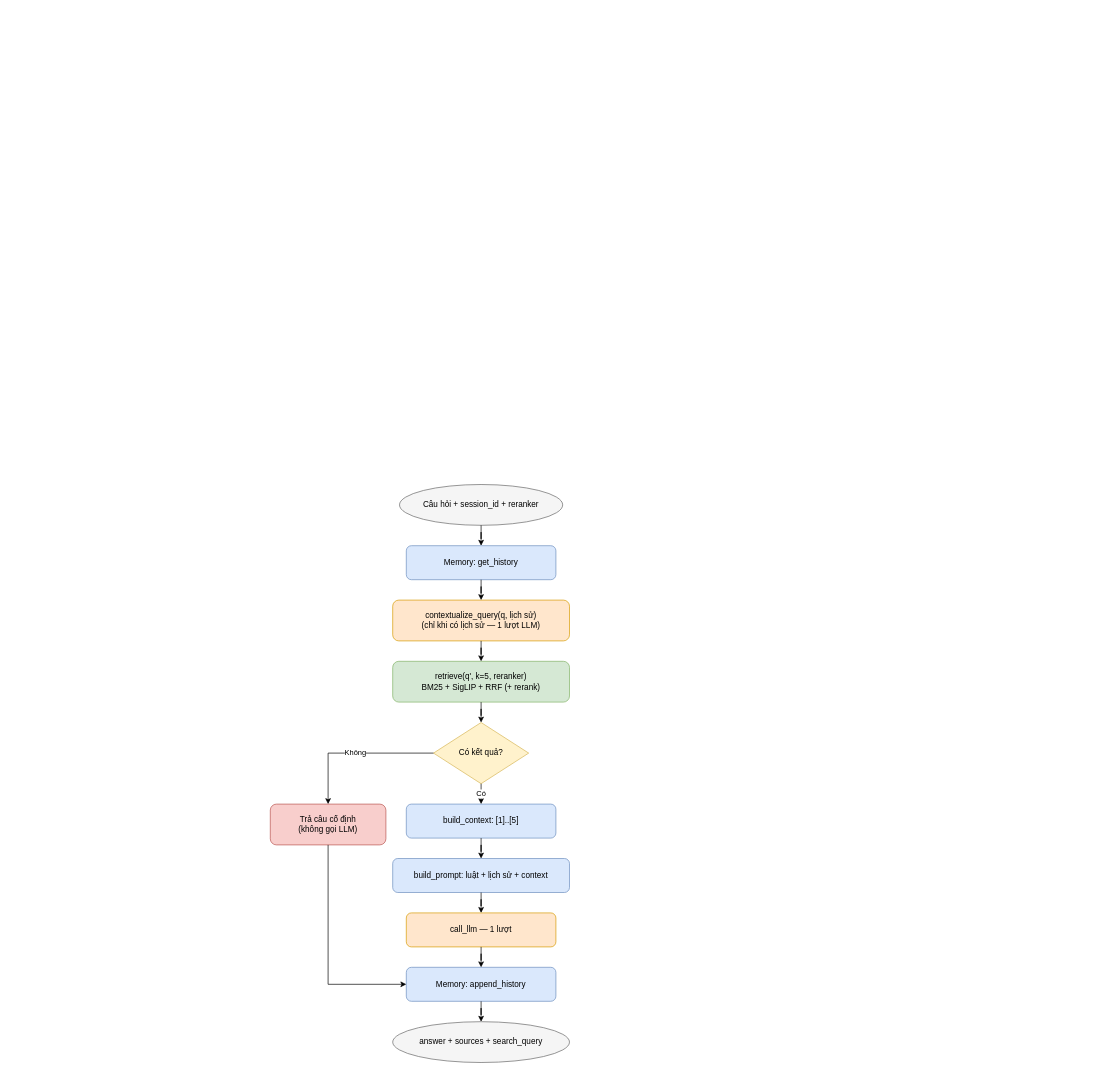
Earlier version of the draw.io diagram page "3. Naive RAG — luồng hiện tại" (3 of 7) of docs/diagrams/BAO_CAO_A3_diagrams.drawio (ThanhTrung2001/RAG_Project). Source tidied: cells renumbered, new cells numbered last; positions are measured from the earlier drawing's top-left corner, leaving out a move shared by most shapes. Both pictures are drawn from the tidied source at 68%, with x=0, y=0 at pixel (270, 484).
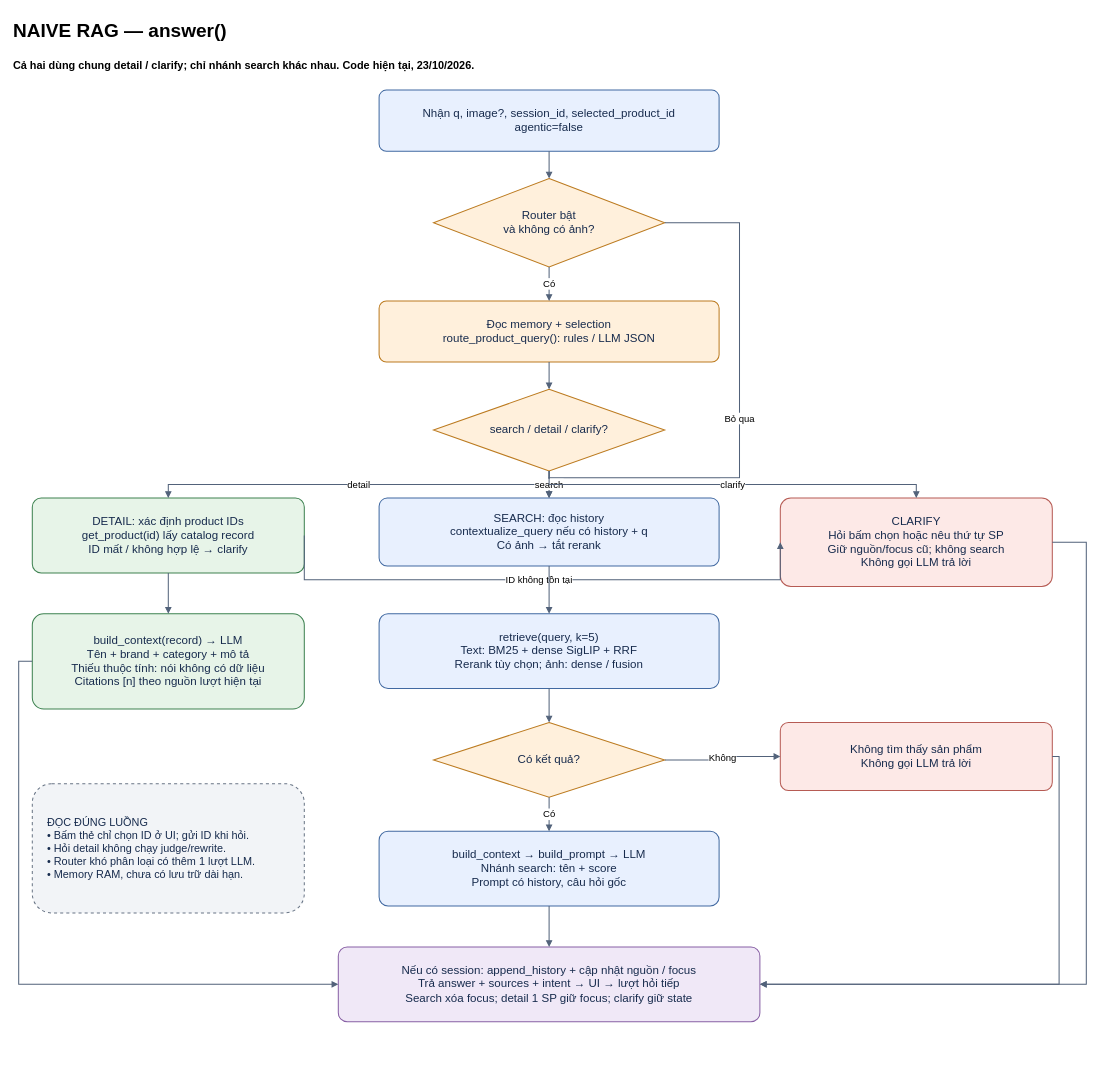
After the change.

Commit message (it also covers changes not shown here):
feat: memory and search with detail update

The edit, as a diff of the source:
```diff
@@
-    <mxCell id="2" value="Câu hỏi + session_id + reranker" style="ellipse;whiteSpace=wrap;html=1;fillColor=#f5f5f5;strokeColor=#666666;" parent="1" vertex="1">
-      <mxGeometry x="190" width="240" height="60" as="geometry" />
-    </mxCell>
-    <mxCell id="3" value="Memory: get_history" style="rounded=1;whiteSpace=wrap;html=1;fillColor=#dae8fc;strokeColor=#6c8ebf;" parent="1" vertex="1">
-      <mxGeometry x="200" y="90" width="220" height="50" as="geometry" />
-    </mxCell>
-    <mxCell id="4" value="contextualize_query(q, lịch sử)&lt;br&gt;(chỉ khi có lịch sử — 1 lượt LLM)" style="rounded=1;whiteSpace=wrap;html=1;fillColor=#ffe6cc;strokeColor=#d79b00;" parent="1" vertex="1">
-      <mxGeometry x="180" y="170" width="260" height="60" as="geometry" />
-    </mxCell>
-    <mxCell id="5" value="retrieve(q', k=5, reranker)&lt;br&gt;BM25 + SigLIP + RRF (+ rerank)" style="rounded=1;whiteSpace=wrap;html=1;fillColor=#d5e8d4;strokeColor=#82b366;" parent="1" vertex="1">
-      <mxGeometry x="180" y="260" width="260" height="60" as="geometry" />
-    </mxCell>
+    <mxCell id="24" value="NAIVE RAG — answer()" style="text;html=1;whiteSpace=wrap;fontFamily=Arial;fontSize=28;fontStyle=1;align=left;verticalAlign=middle;strokeColor=none;fillColor=none;" parent="1" vertex="1">
+      <mxGeometry x="-380" y="-695" width="1580" height="55" as="geometry" />
+    </mxCell>
+    <mxCell id="25" value="Cả hai dùng chung detail / clarify; chỉ nhánh search khác nhau. Code hiện tại, 23/10/2026." style="text;html=1;whiteSpace=wrap;fontFamily=Arial;fontSize=16;fontStyle=1;align=left;verticalAlign=middle;strokeColor=none;fillColor=none;" parent="1" vertex="1">
+      <mxGeometry x="-380" y="-640" width="1580" height="45" as="geometry" />
+    </mxCell>
+    <mxCell id="26" value="Nhận q, image?, session_id, selected_product_id&lt;br&gt;agentic=false" style="rounded=1;arcSize=12;whiteSpace=wrap;html=1;fontFamily=Arial;fontSize=17;fontColor=#172b4d;fillColor=#e8f0fe;strokeColor=#4169a1;strokeWidth=1.5;spacing=8;" parent="1" vertex="1">
+      <mxGeometry x="160" y="-580" width="500" height="90" as="geometry" />
+    </mxCell>
+    <mxCell id="27" value="Router bật&lt;br&gt;và không có ảnh?" style="rhombus;whiteSpace=wrap;html=1;fontFamily=Arial;fontSize=17;fontColor=#172b4d;fillColor=#fff0dc;strokeColor=#bc7b20;strokeWidth=1.5;spacing=8;" parent="1" vertex="1">
+      <mxGeometry x="240" y="-450" width="340" height="130" as="geometry" />
+    </mxCell>
+    <mxCell id="28" value="Đọc memory + selection&lt;br&gt;route_product_query(): rules / LLM JSON" style="rounded=1;arcSize=12;whiteSpace=wrap;html=1;fontFamily=Arial;fontSize=17;fontColor=#172b4d;fillColor=#fff0dc;strokeColor=#bc7b20;strokeWidth=1.5;spacing=8;" parent="1" vertex="1">
+      <mxGeometry x="160" y="-270" width="500" height="90" as="geometry" />
+    </mxCell>
+    <mxCell id="29" value="search / detail / clarify?" style="rhombus;whiteSpace=wrap;html=1;fontFamily=Arial;fontSize=17;fontColor=#172b4d;fillColor=#fff0dc;strokeColor=#bc7b20;strokeWidth=1.5;spacing=8;" parent="1" vertex="1">
+      <mxGeometry x="240" y="-140" width="340" height="120" as="geometry" />
+    </mxCell>
+    <mxCell id="30" value="DETAIL: xác định product IDs&lt;br&gt;get_product(id) lấy catalog record&lt;br&gt;ID mất / không hợp lệ → clarify" style="rounded=1;arcSize=12;whiteSpace=wrap;html=1;fontFamily=Arial;fontSize=17;fontColor=#172b4d;fillColor=#e7f4e8;strokeColor=#3e8251;strokeWidth=1.5;spacing=8;" parent="1" vertex="1">
+      <mxGeometry x="-350" y="20" width="400" height="110" as="geometry" />
+    </mxCell>
+    <mxCell id="31" value="build_context(record) → LLM&lt;br&gt;Tên + brand + category + mô tả&lt;br&gt;Thiếu thuộc tính: nói không có dữ liệu&lt;br&gt;Citations [n] theo nguồn lượt hiện tại" style="rounded=1;arcSize=12;whiteSpace=wrap;html=1;fontFamily=Arial;fontSize=17;fontColor=#172b4d;fillColor=#e7f4e8;strokeColor=#3e8251;strokeWidth=1.5;spacing=8;" parent="1" vertex="1">
+      <mxGeometry x="-350" y="190" width="400" height="140" as="geometry" />
+    </mxCell>
+    <mxCell id="32" value="CLARIFY&lt;br&gt;Hỏi bấm chọn hoặc nêu thứ tự SP&lt;br&gt;Giữ nguồn/focus cũ; không search&lt;br&gt;Không gọi LLM trả lời" style="rounded=1;arcSize=12;whiteSpace=wrap;html=1;fontFamily=Arial;fontSize=17;fontColor=#172b4d;fillColor=#fde9e7;strokeColor=#b65b54;strokeWidth=1.5;spacing=8;" parent="1" vertex="1">
+      <mxGeometry x="750" y="20" width="400" height="130" as="geometry" />
+    </mxCell>
+    <mxCell id="33" value="SEARCH: đọc history&lt;br&gt;contextualize_query nếu có history + q&lt;br&gt;Có ảnh → tắt rerank" style="rounded=1;arcSize=12;whiteSpace=wrap;html=1;fontFamily=Arial;fontSize=17;fontColor=#172b4d;fillColor=#e8f0fe;strokeColor=#4169a1;strokeWidth=1.5;spacing=8;" parent="1" vertex="1">
+      <mxGeometry x="160" y="20" width="500" height="100" as="geometry" />
+    </mxCell>
+    <mxCell id="34" value="retrieve(query, k=5)&lt;br&gt;Text: BM25 + dense SigLIP + RRF&lt;br&gt;Rerank tùy chọn; ảnh: dense / fusion" style="rounded=1;arcSize=12;whiteSpace=wrap;html=1;fontFamily=Arial;fontSize=17;fontColor=#172b4d;fillColor=#e8f0fe;strokeColor=#4169a1;strokeWidth=1.5;spacing=8;" parent="1" vertex="1">
+      <mxGeometry x="160" y="190" width="500" height="110" as="geometry" />
+    </mxCell>
+    <mxCell id="35" style="edgeStyle=orthogonalEdgeStyle;rounded=0;html=1;endArrow=block;endFill=1;strokeColor=#52627a;strokeWidth=1.5;fontFamily=Arial;fontSize=14;labelBackgroundColor=#ffffff;exitX=0.5;exitY=1;entryX=0.5;entryY=0;" parent="1" edge="1" source="26" target="27">
+      <mxGeometry relative="1" as="geometry" />
+    </mxCell>
+    <mxCell id="36" value="Có" style="edgeStyle=orthogonalEdgeStyle;rounded=0;html=1;endArrow=block;endFill=1;strokeColor=#52627a;strokeWidth=1.5;fontFamily=Arial;fontSize=14;labelBackgroundColor=#ffffff;exitX=0.5;exitY=1;entryX=0.5;entryY=0;" parent="1" edge="1" source="27" target="28">
+      <mxGeometry relative="1" as="geometry" />
+    </mxCell>
+    <mxCell id="37" value="Bỏ qua" style="edgeStyle=orthogonalEdgeStyle;rounded=0;html=1;endArrow=block;endFill=1;strokeColor=#52627a;strokeWidth=1.5;fontFamily=Arial;fontSize=14;labelBackgroundColor=#ffffff;exitX=1;exitY=0.5;entryX=0.5;entryY=0;" parent="1" edge="1" source="27" target="33">
+      <mxGeometry relative="1" as="geometry">
+        <Array as="points">
+          <mxPoint x="690" y="-385" />
+          <mxPoint x="690" y="-10" />
+          <mxPoint x="410" y="-10" />
+        </Array>
+      </mxGeometry>
+    </mxCell>
+    <mxCell id="38" style="edgeStyle=orthogonalEdgeStyle;rounded=0;html=1;endArrow=block;endFill=1;strokeColor=#52627a;strokeWidth=1.5;fontFamily=Arial;fontSize=14;labelBackgroundColor=#ffffff;exitX=0.5;exitY=1;entryX=0.5;entryY=0;" parent="1" edge="1" source="28" target="29">
+      <mxGeometry relative="1" as="geometry" />
+    </mxCell>
+    <mxCell id="39" value="detail" style="edgeStyle=orthogonalEdgeStyle;rounded=0;html=1;endArrow=block;endFill=1;strokeColor=#52627a;strokeWidth=1.5;fontFamily=Arial;fontSize=14;labelBackgroundColor=#ffffff;exitX=0.5;exitY=1;entryX=0.5;entryY=0;" parent="1" edge="1" source="29" target="30">
+      <mxGeometry relative="1" as="geometry" />
+    </mxCell>
+    <mxCell id="40" value="search" style="edgeStyle=orthogonalEdgeStyle;rounded=0;html=1;endArrow=block;endFill=1;strokeColor=#52627a;strokeWidth=1.5;fontFamily=Arial;fontSize=14;labelBackgroundColor=#ffffff;exitX=0.5;exitY=1;entryX=0.5;entryY=0;" parent="1" edge="1" source="29" target="33">
+      <mxGeometry relative="1" as="geometry" />
+    </mxCell>
+    <mxCell id="41" value="clarify" style="edgeStyle=orthogonalEdgeStyle;rounded=0;html=1;endArrow=block;endFill=1;strokeColor=#52627a;strokeWidth=1.5;fontFamily=Arial;fontSize=14;labelBackgroundColor=#ffffff;exitX=0.5;exitY=1;entryX=0.5;entryY=0;" parent="1" edge="1" source="29" target="32">
+      <mxGeometry relative="1" as="geometry" />
+    </mxCell>
+    <mxCell id="42" style="edgeStyle=orthogonalEdgeStyle;rounded=0;html=1;endArrow=block;endFill=1;strokeColor=#52627a;strokeWidth=1.5;fontFamily=Arial;fontSize=14;labelBackgroundColor=#ffffff;exitX=0.5;exitY=1;entryX=0.5;entryY=0;" parent="1" edge="1" source="30" target="31">
+      <mxGeometry relative="1" as="geometry" />
+    </mxCell>
+    <mxCell id="43" value="ID không tồn tại" style="edgeStyle=orthogonalEdgeStyle;rounded=0;html=1;endArrow=block;endFill=1;strokeColor=#52627a;strokeWidth=1.5;fontFamily=Arial;fontSize=14;labelBackgroundColor=#ffffff;exitX=1;exitY=0.5;entryX=0;entryY=0.5;" parent="1" edge="1" source="30" target="32">
+      <mxGeometry relative="1" as="geometry">
+        <Array as="points">
+          <mxPoint x="70" y="140" />
+          <mxPoint x="710" y="140" />
+        </Array>
+      </mxGeometry>
+    </mxCell>
+    <mxCell id="44" style="edgeStyle=orthogonalEdgeStyle;rounded=0;html=1;endArrow=block;endFill=1;strokeColor=#52627a;strokeWidth=1.5;fontFamily=Arial;fontSize=14;labelBackgroundColor=#ffffff;exitX=0.5;exitY=1;entryX=0.5;entryY=0;" parent="1" edge="1" source="33" target="34">
+      <mxGeometry relative="1" as="geometry" />
+    </mxCell>
-    <mxCell id="6" value="Có kết quả?" style="rhombus;whiteSpace=wrap;html=1;fillColor=#fff2cc;strokeColor=#d6b656;" parent="1" vertex="1">
-      <mxGeometry x="240" y="350" width="140" height="90" as="geometry" />
+    <mxCell id="6" value="Có kết quả?" style="rhombus;whiteSpace=wrap;html=1;fontFamily=Arial;fontSize=17;fontColor=#172b4d;fillColor=#fff0dc;strokeColor=#bc7b20;strokeWidth=1.5;spacing=8;" parent="1" vertex="1">
+      <mxGeometry x="240" y="350" width="340" height="110" as="geometry" />
     </mxCell>
-    <mxCell id="7" value="Trả câu cố định&lt;br&gt;(không gọi LLM)" style="rounded=1;whiteSpace=wrap;html=1;fillColor=#f8cecc;strokeColor=#b85450;" parent="1" vertex="1">
-      <mxGeometry y="470" width="170" height="60" as="geometry" />
-    </mxCell>
-    <mxCell id="8" value="build_context: [1]..[5]" style="rounded=1;whiteSpace=wrap;html=1;fillColor=#dae8fc;strokeColor=#6c8ebf;" parent="1" vertex="1">
-      <mxGeometry x="200" y="470" width="220" height="50" as="geometry" />
-    </mxCell>
-    <mxCell id="9" value="build_prompt: luật + lịch sử + context" style="rounded=1;whiteSpace=wrap;html=1;fillColor=#dae8fc;strokeColor=#6c8ebf;" parent="1" vertex="1">
-      <mxGeometry x="180" y="550" width="260" height="50" as="geometry" />
-    </mxCell>
-    <mxCell id="10" value="call_llm — 1 lượt" style="rounded=1;whiteSpace=wrap;html=1;fillColor=#ffe6cc;strokeColor=#d79b00;" parent="1" vertex="1">
-      <mxGeometry x="200" y="630" width="220" height="50" as="geometry" />
-    </mxCell>
-    <mxCell id="11" value="Memory: append_history" style="rounded=1;whiteSpace=wrap;html=1;fillColor=#dae8fc;strokeColor=#6c8ebf;" parent="1" vertex="1">
-      <mxGeometry x="200" y="710" width="220" height="50" as="geometry" />
-    </mxCell>
-    <mxCell id="12" value="answer + sources + search_query" style="ellipse;whiteSpace=wrap;html=1;fillColor=#f5f5f5;strokeColor=#666666;" parent="1" vertex="1">
-      <mxGeometry x="180" y="790" width="260" height="60" as="geometry" />
-    </mxCell>
-    <mxCell id="13" style="edgeStyle=orthogonalEdgeStyle;rounded=0;jettySize=auto;html=1;" parent="1" edge="1" source="2" target="3">
-      <mxGeometry relative="1" as="geometry" />
-    </mxCell>
-    <mxCell id="14" style="edgeStyle=orthogonalEdgeStyle;rounded=0;jettySize=auto;html=1;" parent="1" edge="1" source="3" target="4">
-      <mxGeometry relative="1" as="geometry" />
-    </mxCell>
-    <mxCell id="15" style="edgeStyle=orthogonalEdgeStyle;rounded=0;jettySize=auto;html=1;" parent="1" edge="1" source="4" target="5">
-      <mxGeometry relative="1" as="geometry" />
-    </mxCell>
-    <mxCell id="16" style="edgeStyle=orthogonalEdgeStyle;rounded=0;jettySize=auto;html=1;" parent="1" edge="1" source="5" target="6">
-      <mxGeometry relative="1" as="geometry" />
-    </mxCell>
+    <mxCell id="45" value="Không tìm thấy sản phẩm&lt;br&gt;Không gọi LLM trả lời" style="rounded=1;arcSize=12;whiteSpace=wrap;html=1;fontFamily=Arial;fontSize=17;fontColor=#172b4d;fillColor=#fde9e7;strokeColor=#b65b54;strokeWidth=1.5;spacing=8;" parent="1" vertex="1">
+      <mxGeometry x="750" y="350" width="400" height="100" as="geometry" />
+    </mxCell>
+    <mxCell id="46" value="build_context → build_prompt → LLM&lt;br&gt;Nhánh search: tên + score&lt;br&gt;Prompt có history, câu hỏi gốc" style="rounded=1;arcSize=12;whiteSpace=wrap;html=1;fontFamily=Arial;fontSize=17;fontColor=#172b4d;fillColor=#e8f0fe;strokeColor=#4169a1;strokeWidth=1.5;spacing=8;" parent="1" vertex="1">
+      <mxGeometry x="160" y="510" width="500" height="110" as="geometry" />
+    </mxCell>
+    <mxCell id="47" style="edgeStyle=orthogonalEdgeStyle;rounded=0;html=1;endArrow=block;endFill=1;strokeColor=#52627a;strokeWidth=1.5;fontFamily=Arial;fontSize=14;labelBackgroundColor=#ffffff;exitX=0.5;exitY=1;entryX=0.5;entryY=0;" parent="1" edge="1" source="34" target="6">
+      <mxGeometry relative="1" as="geometry" />
+    </mxCell>
-    <mxCell id="17" value="Không" style="edgeStyle=orthogonalEdgeStyle;rounded=0;jettySize=auto;html=1;" parent="1" edge="1" source="6" target="7">
+    <mxCell id="17" value="Không" style="edgeStyle=orthogonalEdgeStyle;rounded=0;html=1;endArrow=block;endFill=1;strokeColor=#52627a;strokeWidth=1.5;fontFamily=Arial;fontSize=14;labelBackgroundColor=#ffffff;exitX=1;exitY=0.5;entryX=0;entryY=0.5;" parent="1" edge="1" source="6" target="45">
       <mxGeometry relative="1" as="geometry" />
     </mxCell>
-    <mxCell id="18" value="Có" style="edgeStyle=orthogonalEdgeStyle;rounded=0;jettySize=auto;html=1;" parent="1" edge="1" source="6" target="8">
-      <mxGeometry relative="1" as="geometry" />
-    </mxCell>
-    <mxCell id="19" style="edgeStyle=orthogonalEdgeStyle;rounded=0;jettySize=auto;html=1;" parent="1" edge="1" source="8" target="9">
-      <mxGeometry relative="1" as="geometry" />
-    </mxCell>
-    <mxCell id="20" style="edgeStyle=orthogonalEdgeStyle;rounded=0;jettySize=auto;html=1;" parent="1" edge="1" source="9" target="10">
-      <mxGeometry relative="1" as="geometry" />
-    </mxCell>
-    <mxCell id="21" style="edgeStyle=orthogonalEdgeStyle;rounded=0;jettySize=auto;html=1;" parent="1" edge="1" source="10" target="11">
-      <mxGeometry relative="1" as="geometry" />
-    </mxCell>
-    <mxCell id="22" style="edgeStyle=orthogonalEdgeStyle;rounded=0;jettySize=auto;html=1;" parent="1" edge="1" source="11" target="12">
-      <mxGeometry relative="1" as="geometry" />
-    </mxCell>
-    <mxCell id="23" style="edgeStyle=orthogonalEdgeStyle;rounded=0;jettySize=auto;html=1;" parent="1" edge="1" source="7" target="11">
-      <mxGeometry relative="1" as="geometry">
-        <Array as="points">
-          <mxPoint x="85" y="735" />
-        </Array>
-      </mxGeometry>
-    </mxCell>
+    <mxCell id="48" value="Có" style="edgeStyle=orthogonalEdgeStyle;rounded=0;html=1;endArrow=block;endFill=1;strokeColor=#52627a;strokeWidth=1.5;fontFamily=Arial;fontSize=14;labelBackgroundColor=#ffffff;exitX=0.5;exitY=1;entryX=0.5;entryY=0;" parent="1" edge="1" source="6" target="46">
+      <mxGeometry relative="1" as="geometry" />
+    </mxCell>
+    <mxCell id="49" value="Nếu có session: append_history + cập nhật nguồn / focus&lt;br&gt;Trả answer + sources + intent → UI → lượt hỏi tiếp&lt;br&gt;Search xóa focus; detail 1 SP giữ focus; clarify giữ state" style="rounded=1;arcSize=12;whiteSpace=wrap;html=1;fontFamily=Arial;fontSize=17;fontColor=#172b4d;fillColor=#f0e8f7;strokeColor=#8860a5;strokeWidth=1.5;spacing=8;" parent="1" vertex="1">
+      <mxGeometry x="100" y="680" width="620" height="110" as="geometry" />
+    </mxCell>
+    <mxCell id="50" style="edgeStyle=orthogonalEdgeStyle;rounded=0;html=1;endArrow=block;endFill=1;strokeColor=#52627a;strokeWidth=1.5;fontFamily=Arial;fontSize=14;labelBackgroundColor=#ffffff;exitX=0.5;exitY=1;entryX=0.5;entryY=0;" parent="1" edge="1" source="46" target="49">
+      <mxGeometry relative="1" as="geometry" />
+    </mxCell>
+    <mxCell id="51" style="edgeStyle=orthogonalEdgeStyle;rounded=0;html=1;endArrow=block;endFill=1;strokeColor=#52627a;strokeWidth=1.5;fontFamily=Arial;fontSize=14;labelBackgroundColor=#ffffff;exitX=0;exitY=0.5;entryX=0;entryY=0.5;" parent="1" edge="1" source="31" target="49">
+      <mxGeometry relative="1" as="geometry">
+        <Array as="points">
+          <mxPoint x="-370" y="260" />
+          <mxPoint x="-370" y="735" />
+        </Array>
+      </mxGeometry>
+    </mxCell>
+    <mxCell id="52" style="edgeStyle=orthogonalEdgeStyle;rounded=0;html=1;endArrow=block;endFill=1;strokeColor=#52627a;strokeWidth=1.5;fontFamily=Arial;fontSize=14;labelBackgroundColor=#ffffff;exitX=1;exitY=0.5;entryX=1;entryY=0.5;" parent="1" edge="1" source="32" target="49">
+      <mxGeometry relative="1" as="geometry">
+        <Array as="points">
+          <mxPoint x="1200" y="85" />
+          <mxPoint x="1200" y="735" />
+        </Array>
+      </mxGeometry>
+    </mxCell>
+    <mxCell id="53" style="edgeStyle=orthogonalEdgeStyle;rounded=0;html=1;endArrow=block;endFill=1;strokeColor=#52627a;strokeWidth=1.5;fontFamily=Arial;fontSize=14;labelBackgroundColor=#ffffff;exitX=1;exitY=0.5;entryX=1;entryY=0.5;" parent="1" edge="1" source="45" target="49">
+      <mxGeometry relative="1" as="geometry">
+        <Array as="points">
+          <mxPoint x="1160" y="400" />
+          <mxPoint x="1160" y="735" />
+        </Array>
+      </mxGeometry>
+    </mxCell>
+    <mxCell id="54" value="ĐỌC ĐÚNG LUỒNG&lt;br&gt;• Bấm thẻ chỉ chọn ID ở UI; gửi ID khi hỏi.&lt;br&gt;• Hỏi detail không chạy judge/rewrite.&lt;br&gt;• Router khó phân loại có thêm 1 lượt LLM.&lt;br&gt;• Memory RAM, chưa có lưu trữ dài hạn." style="rounded=1;dashed=1;align=left;spacingLeft=14;whiteSpace=wrap;html=1;fontFamily=Arial;fontSize=16;fontColor=#172b4d;fillColor=#f2f4f7;strokeColor=#697586;strokeWidth=1.5;spacing=8;" parent="1" vertex="1">
+      <mxGeometry x="-350" y="440" width="400" height="190" as="geometry" />
+    </mxCell>
```
